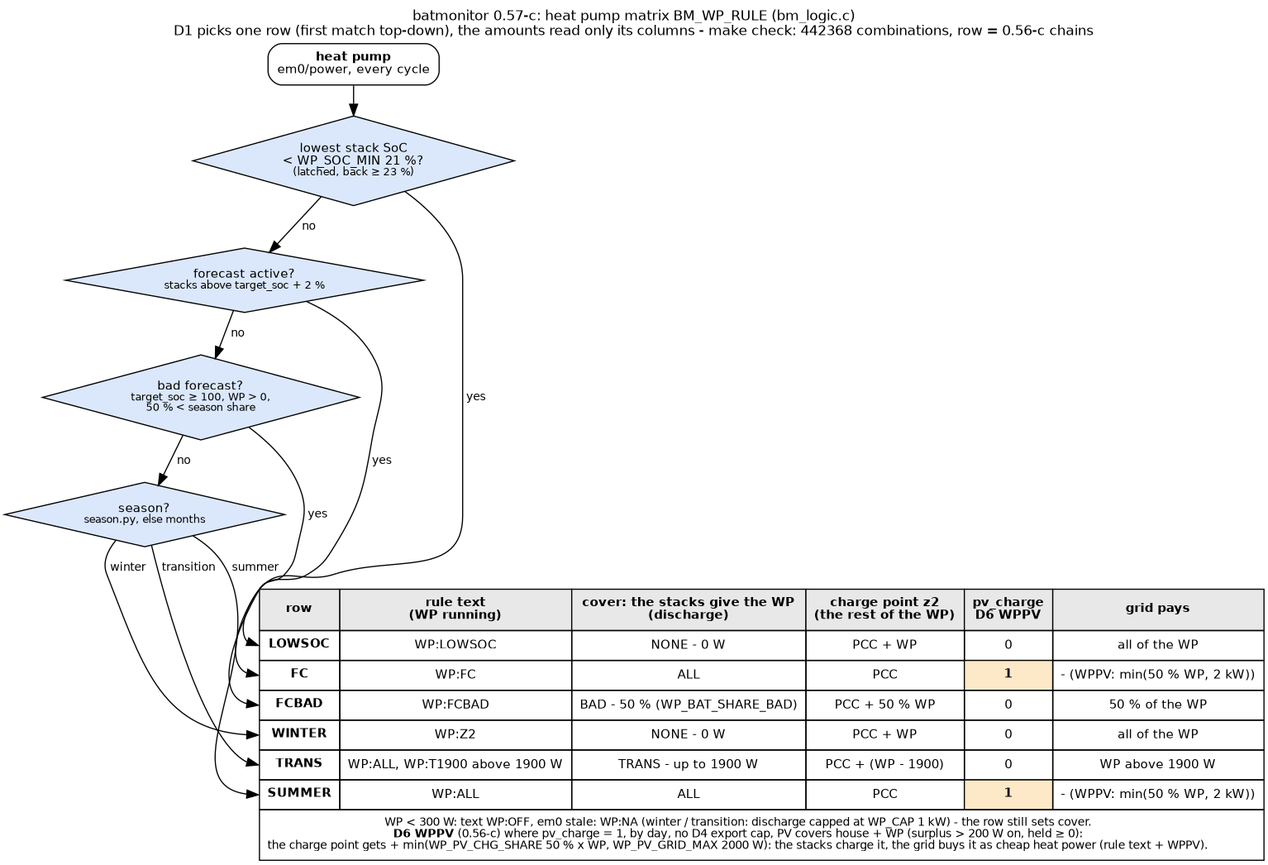
Before: docs/wp_matrix.png, a diagram exported from Graphviz (gerontec/victron). Its source is kept beside it as docs/wp_matrix.dot. Source of this version:
```dot
digraph wp {
	graph [rankdir=TB, fontname="Helvetica", fontsize=12, nodesep=0.3, ranksep=0.35, labelloc=t,
		   label="batmonitor 0.57-c: heat pump matrix BM_WP_RULE (bm_logic.c)\nD1 picks one row (first match top-down), the amounts read only its columns - make check: 442368 combinations, row = 0.56-c chains"];
	node [shape=box, style="rounded,filled", fontname="Helvetica", fontsize=11, fillcolor="#dbe8fb"];
	edge [fontname="Helvetica", fontsize=10];

	start [label=<<b>heat pump</b><br/>em0/power, every cycle>, fillcolor="#ffffff"];
	q1 [label=<lowest stack SoC<br/>&lt; WP_SOC_MIN 21 %?<br/><font point-size="9">(latched, back &ge; 23 %)</font>>, shape=diamond, style=filled];
	q2 [label=<forecast active?<br/><font point-size="9">stacks above target_soc + 2 %</font>>, shape=diamond, style=filled];
	q3 [label=<bad forecast?<br/><font point-size="9">target_soc &ge; 100, WP &gt; 0,<br/>50 % &lt; season share</font>>, shape=diamond, style=filled];
	q4 [label=<season?<br/><font point-size="9">season.py, else months</font>>, shape=diamond, style=filled];

	matrix [shape=plain, label=<
		<table border="0" cellborder="1" cellspacing="0" cellpadding="6" bgcolor="#ffffff">
		<tr><td bgcolor="#e8e8e8"><b>row</b></td><td bgcolor="#e8e8e8"><b>rule text<br/>(WP running)</b></td><td bgcolor="#e8e8e8"><b>cover: the stacks give the WP<br/>(discharge)</b></td><td bgcolor="#e8e8e8"><b>charge point z2<br/>(the rest of the WP)</b></td><td bgcolor="#e8e8e8"><b>pv_charge<br/>D6 WPPV</b></td><td bgcolor="#e8e8e8"><b>grid pays</b></td></tr>
		<tr><td port="lowsoc"><b>LOWSOC</b></td><td>WP:LOWSOC</td><td>NONE - 0 W</td><td>PCC + WP</td><td>0</td><td>all of the WP</td></tr>
		<tr><td port="fc"><b>FC</b></td><td>WP:FC</td><td>ALL</td><td>PCC</td><td bgcolor="#fde9c8"><b>1</b></td><td>- (WPPV: min(50 % WP, 2 kW))</td></tr>
		<tr><td port="fcbad"><b>FCBAD</b></td><td>WP:FCBAD</td><td>BAD - 50 % (WP_BAT_SHARE_BAD)</td><td>PCC + 50 % WP</td><td>0</td><td>50 % of the WP</td></tr>
		<tr><td port="winter"><b>WINTER</b></td><td>WP:Z2</td><td>NONE - 0 W</td><td>PCC + WP</td><td>0</td><td>all of the WP</td></tr>
		<tr><td port="trans"><b>TRANS</b></td><td>WP:ALL, WP:T1900 above 1900 W</td><td>TRANS - up to 1900 W</td><td>PCC + (WP - 1900)</td><td>0</td><td>WP above 1900 W</td></tr>
		<tr><td port="summer"><b>SUMMER</b></td><td>WP:ALL</td><td>ALL</td><td>PCC</td><td bgcolor="#fde9c8"><b>1</b></td><td>- (WPPV: min(50 % WP, 2 kW))</td></tr>
		<tr><td colspan="6" align="left"><font point-size="10">WP &lt; 300 W: text WP:OFF, em0 stale: WP:NA (winter / transition: discharge capped at WP_CAP 1 kW) - the row still sets cover.<br/>
		<b>D6 WPPV</b> (0.56-c) where pv_charge = 1, by day, no D4 export cap, PV covers house + WP (surplus &gt; 200 W on, held &ge; 0):<br/>
		the charge point gets + min(WP_PV_CHG_SHARE 50 % x WP, WP_PV_GRID_MAX 2000 W): the stacks charge it, the grid buys it as cheap heat power (rule text + WPPV).</font></td></tr>
		</table>>];

	start -> q1;
	q1 -> matrix:lowsoc [label=" yes"];
	q1 -> q2 [label=" no"];
	q2 -> matrix:fc [label=" yes"];
	q2 -> q3 [label=" no"];
	q3 -> matrix:fcbad [label=" yes"];
	q3 -> q4 [label=" no"];
	q4 -> matrix:winter [label=" winter"];
	q4 -> matrix:trans [label=" transition"];
	q4 -> matrix:summer [label=" summer"];
}
```
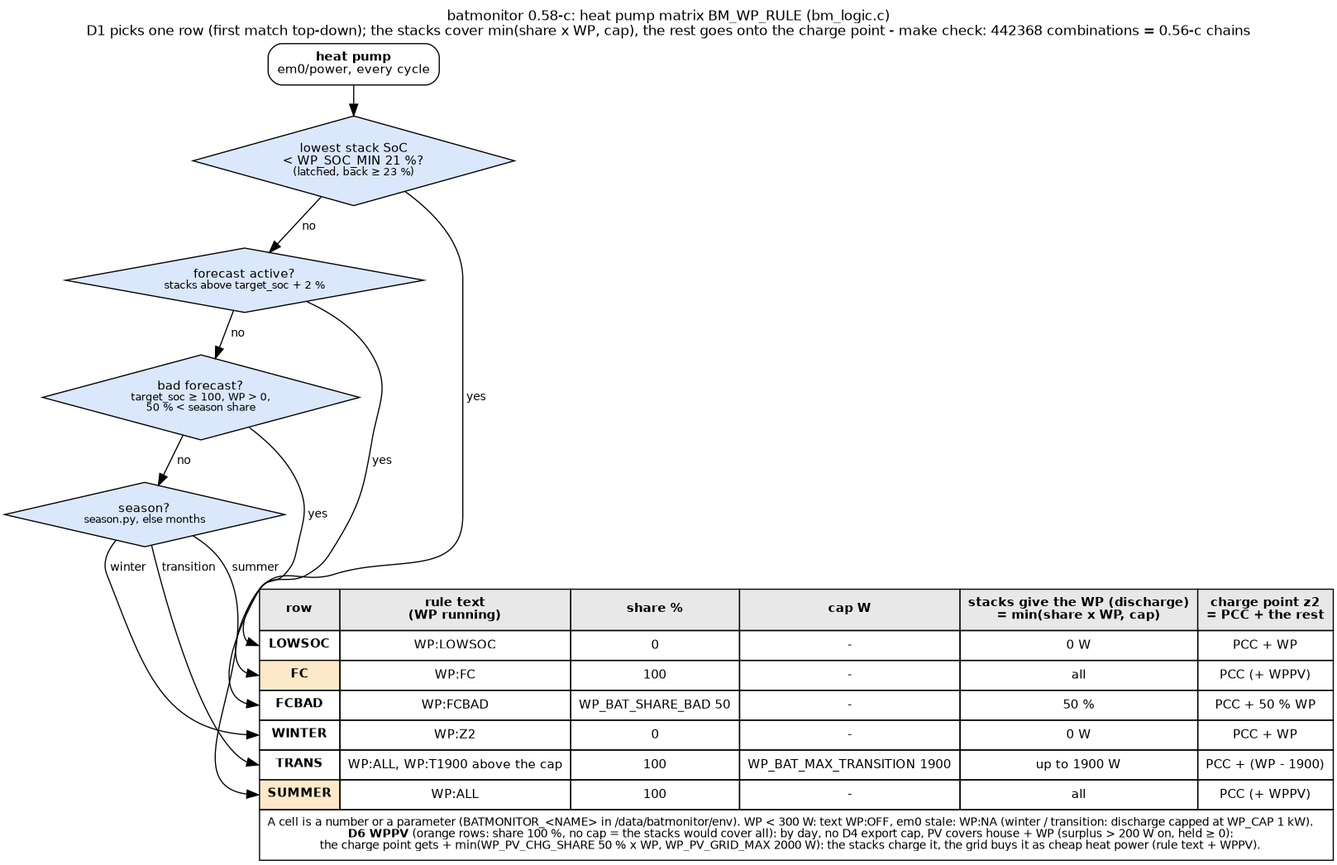
After the commit.

Diff of the diagram source:
```diff
@@ -1,6 +1,6 @@
 digraph wp {
 	graph [rankdir=TB, fontname="Helvetica", fontsize=12, nodesep=0.3, ranksep=0.35, labelloc=t,
-		   label="batmonitor 0.57-c: heat pump matrix BM_WP_RULE (bm_logic.c)\nD1 picks one row (first match top-down), the amounts read only its columns - make check: 442368 combinations, row = 0.56-c chains"];
+		   label="batmonitor 0.58-c: heat pump matrix BM_WP_RULE (bm_logic.c)\nD1 picks one row (first match top-down); the stacks cover min(share x WP, cap), the rest goes onto the charge point - make check: 442368 combinations = 0.56-c chains"];
 	node [shape=box, style="rounded,filled", fontname="Helvetica", fontsize=11, fillcolor="#dbe8fb"];
 	edge [fontname="Helvetica", fontsize=10];
 
@@ -12,15 +12,15 @@
 
 	matrix [shape=plain, label=<
 		<table border="0" cellborder="1" cellspacing="0" cellpadding="6" bgcolor="#ffffff">
-		<tr><td bgcolor="#e8e8e8"><b>row</b></td><td bgcolor="#e8e8e8"><b>rule text<br/>(WP running)</b></td><td bgcolor="#e8e8e8"><b>cover: the stacks give the WP<br/>(discharge)</b></td><td bgcolor="#e8e8e8"><b>charge point z2<br/>(the rest of the WP)</b></td><td bgcolor="#e8e8e8"><b>pv_charge<br/>D6 WPPV</b></td><td bgcolor="#e8e8e8"><b>grid pays</b></td></tr>
-		<tr><td port="lowsoc"><b>LOWSOC</b></td><td>WP:LOWSOC</td><td>NONE - 0 W</td><td>PCC + WP</td><td>0</td><td>all of the WP</td></tr>
-		<tr><td port="fc"><b>FC</b></td><td>WP:FC</td><td>ALL</td><td>PCC</td><td bgcolor="#fde9c8"><b>1</b></td><td>- (WPPV: min(50 % WP, 2 kW))</td></tr>
-		<tr><td port="fcbad"><b>FCBAD</b></td><td>WP:FCBAD</td><td>BAD - 50 % (WP_BAT_SHARE_BAD)</td><td>PCC + 50 % WP</td><td>0</td><td>50 % of the WP</td></tr>
-		<tr><td port="winter"><b>WINTER</b></td><td>WP:Z2</td><td>NONE - 0 W</td><td>PCC + WP</td><td>0</td><td>all of the WP</td></tr>
-		<tr><td port="trans"><b>TRANS</b></td><td>WP:ALL, WP:T1900 above 1900 W</td><td>TRANS - up to 1900 W</td><td>PCC + (WP - 1900)</td><td>0</td><td>WP above 1900 W</td></tr>
-		<tr><td port="summer"><b>SUMMER</b></td><td>WP:ALL</td><td>ALL</td><td>PCC</td><td bgcolor="#fde9c8"><b>1</b></td><td>- (WPPV: min(50 % WP, 2 kW))</td></tr>
-		<tr><td colspan="6" align="left"><font point-size="10">WP &lt; 300 W: text WP:OFF, em0 stale: WP:NA (winter / transition: discharge capped at WP_CAP 1 kW) - the row still sets cover.<br/>
-		<b>D6 WPPV</b> (0.56-c) where pv_charge = 1, by day, no D4 export cap, PV covers house + WP (surplus &gt; 200 W on, held &ge; 0):<br/>
+		<tr><td bgcolor="#e8e8e8"><b>row</b></td><td bgcolor="#e8e8e8"><b>rule text<br/>(WP running)</b></td><td bgcolor="#e8e8e8"><b>share %</b></td><td bgcolor="#e8e8e8"><b>cap W</b></td><td bgcolor="#e8e8e8"><b>stacks give the WP (discharge)<br/>= min(share x WP, cap)</b></td><td bgcolor="#e8e8e8"><b>charge point z2<br/>= PCC + the rest</b></td></tr>
+		<tr><td port="lowsoc"><b>LOWSOC</b></td><td>WP:LOWSOC</td><td>0</td><td>-</td><td>0 W</td><td>PCC + WP</td></tr>
+		<tr><td port="fc" bgcolor="#fde9c8"><b>FC</b></td><td>WP:FC</td><td>100</td><td>-</td><td>all</td><td>PCC (+ WPPV)</td></tr>
+		<tr><td port="fcbad"><b>FCBAD</b></td><td>WP:FCBAD</td><td>WP_BAT_SHARE_BAD 50</td><td>-</td><td>50 %</td><td>PCC + 50 % WP</td></tr>
+		<tr><td port="winter"><b>WINTER</b></td><td>WP:Z2</td><td>0</td><td>-</td><td>0 W</td><td>PCC + WP</td></tr>
+		<tr><td port="trans"><b>TRANS</b></td><td>WP:ALL, WP:T1900 above the cap</td><td>100</td><td>WP_BAT_MAX_TRANSITION 1900</td><td>up to 1900 W</td><td>PCC + (WP - 1900)</td></tr>
+		<tr><td port="summer" bgcolor="#fde9c8"><b>SUMMER</b></td><td>WP:ALL</td><td>100</td><td>-</td><td>all</td><td>PCC (+ WPPV)</td></tr>
+		<tr><td colspan="6" align="left"><font point-size="10">A cell is a number or a parameter (BATMONITOR_&lt;NAME&gt; in /data/batmonitor/env). WP &lt; 300 W: text WP:OFF, em0 stale: WP:NA (winter / transition: discharge capped at WP_CAP 1 kW).<br/>
+		<b>D6 WPPV</b> (orange rows: share 100 %, no cap = the stacks would cover all): by day, no D4 export cap, PV covers house + WP (surplus &gt; 200 W on, held &ge; 0):<br/>
 		the charge point gets + min(WP_PV_CHG_SHARE 50 % x WP, WP_PV_GRID_MAX 2000 W): the stacks charge it, the grid buys it as cheap heat power (rule text + WPPV).</font></td></tr>
 		</table>>];
 
```
